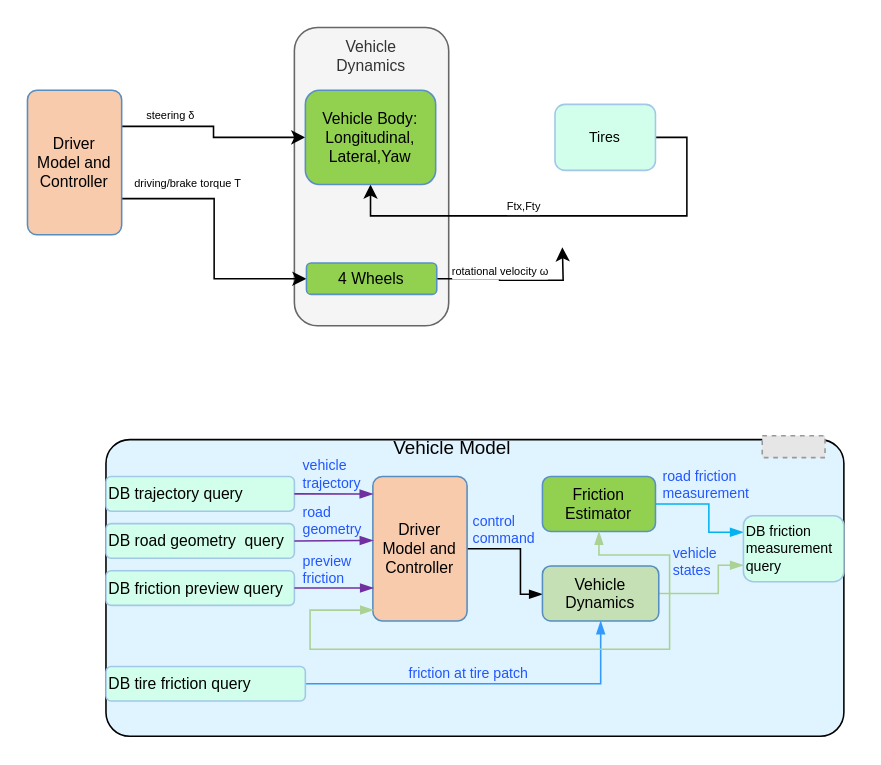
Earlier version of the draw.io diagram vehicle dynamics.drawio (LimingGao/draw_io). Source tidied: cells renumbered, new cells numbered last; positions are measured from the earlier drawing's top-left corner, leaving out a move shared by most shapes. Both pictures are drawn from the tidied source at 157%, with x=0, y=0 at pixel (27, 27). Pictures stored in the file or linked from it are replaced by grey dashed boxes.
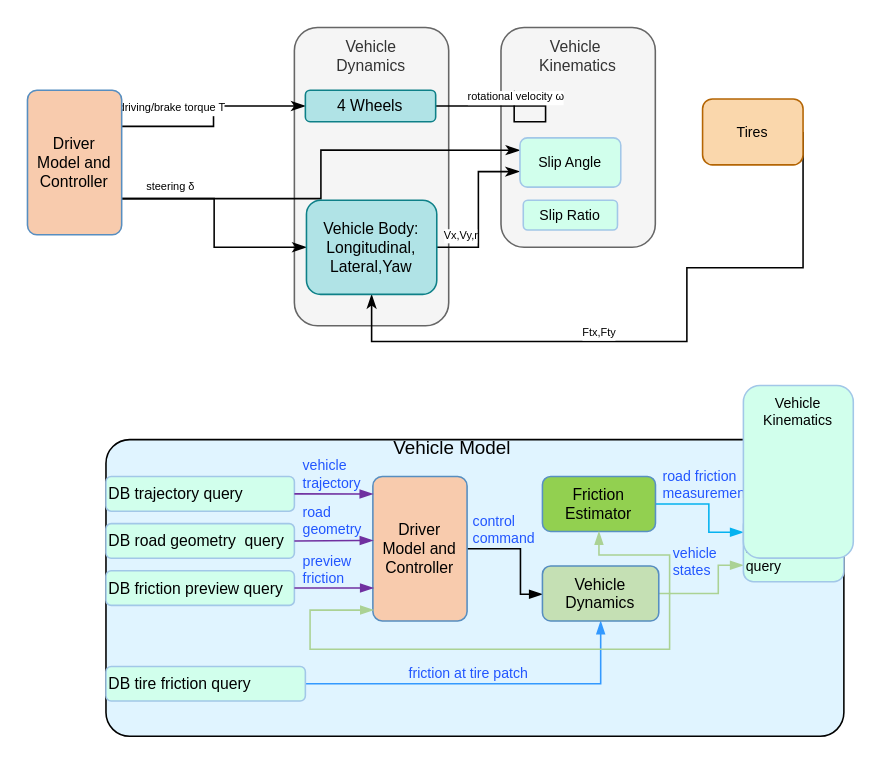
After the change.

The change refers to these unchanged cells:
```xml
<mxCell id="34" value="Driver &#10;Model and &#10;Controller" style="rounded=1;align=center;verticalAlign=middle;fontSize=10;fontStyle=0;fillColor=#F8CBAD;strokeColor=#578EC0;arcSize=10;" parent="1" vertex="1">
  <mxGeometry y="40" width="60" height="92" as="geometry" />
</mxCell>
```

What changed in the source:
```diff
@@
+    <mxCell id="43" value="Vehicle &#10;Kinematics" style="rounded=1;align=center;verticalAlign=top;fontSize=10;fontStyle=0;strokeColor=#666666;fillColor=#f5f5f5;fontColor=#333333;glass=0;" parent="1" vertex="1">
+      <mxGeometry x="301.6" width="98.3" height="140" as="geometry" />
+    </mxCell>
@@
-    <mxCell id="30" style="edgeStyle=orthogonalEdgeStyle;rounded=0;jettySize=auto;html=1;exitX=1;exitY=0.75;exitDx=0;exitDy=0;entryX=0;entryY=0.5;entryDx=0;entryDy=0;" parent="1" edge="1" source="34" target="37">
+    <mxCell id="30" style="edgeStyle=orthogonalEdgeStyle;rounded=0;jettySize=auto;html=1;entryX=0;entryY=0.5;entryDx=0;entryDy=0;exitX=1;exitY=0.25;exitDx=0;exitDy=0;endArrow=classicThin;endFill=1;" parent="1" edge="1" source="34" target="37">
       <mxGeometry relative="1" as="geometry" />
     </mxCell>
@@
-    <mxCell id="32" style="edgeStyle=orthogonalEdgeStyle;rounded=0;jettySize=auto;html=1;exitX=1;exitY=0.25;exitDx=0;exitDy=0;fontSize=7;" parent="1" edge="1" source="34" target="42">
+    <mxCell id="32" style="edgeStyle=orthogonalEdgeStyle;rounded=0;jettySize=auto;html=1;exitX=1;exitY=0.75;exitDx=0;exitDy=0;fontSize=7;endArrow=classicThin;endFill=1;" parent="1" edge="1" source="34" target="42">
       <mxGeometry relative="1" as="geometry" />
     </mxCell>
     <mxCell id="33" value="steering δ" style="edgeLabel;html=1;align=center;verticalAlign=middle;fontSize=7;" parent="32" vertex="1">
       <mxGeometry x="-0.2" y="1" relative="1" as="geometry">
-        <mxPoint x="-19.8" y="-6" as="offset" />
+        <mxPoint x="-29.9" y="-8.1" as="offset" />
       </mxGeometry>
     </mxCell>
+    <mxCell id="44" style="edgeStyle=orthogonalEdgeStyle;rounded=0;jettySize=auto;html=1;exitX=1;exitY=0.75;exitDx=0;exitDy=0;entryX=0;entryY=0.25;entryDx=0;entryDy=0;fontSize=7;endArrow=classicThin;endFill=1;" parent="1" edge="1" source="34" target="47">
+      <mxGeometry relative="1" as="geometry" />
+    </mxCell>
@@
     <mxCell id="35" style="edgeStyle=orthogonalEdgeStyle;rounded=0;jettySize=auto;html=1;fontSize=7;" parent="1" edge="1" source="37">
       <mxGeometry relative="1" as="geometry">
-        <mxPoint x="340.7" y="140" as="targetPoint" />
+        <mxPoint x="310" y="40" as="targetPoint" />
+        <Array as="points">
+          <mxPoint x="330" y="50" />
+          <mxPoint x="330" y="60" />
+          <mxPoint x="310" y="60" />
+        </Array>
       </mxGeometry>
     </mxCell>
@@
-    <mxCell id="37" value="4 Wheels" style="rounded=1;align=center;verticalAlign=middle;fontSize=10;fontStyle=0;fillColor=#92D050;strokeColor=#5890C3;" parent="1" vertex="1">
-      <mxGeometry x="177.7" y="150" width="83" height="20" as="geometry" />
+    <mxCell id="37" value="4 Wheels" style="rounded=1;align=center;verticalAlign=middle;fontSize=10;fontStyle=0;fillColor=#b0e3e6;strokeColor=#0e8088;" parent="1" vertex="1">
+      <mxGeometry x="177" y="40" width="83" height="20" as="geometry" />
     </mxCell>
@@
-    <mxCell id="39" style="edgeStyle=orthogonalEdgeStyle;rounded=0;jettySize=auto;html=1;exitX=1;exitY=0.5;exitDx=0;exitDy=0;fontSize=7;entryX=0.5;entryY=1;entryDx=0;entryDy=0;" parent="1" edge="1" source="41" target="42">
+    <mxCell id="39" style="edgeStyle=orthogonalEdgeStyle;rounded=0;jettySize=auto;html=1;exitX=1;exitY=0.5;exitDx=0;exitDy=0;fontSize=7;entryX=0.5;entryY=1;entryDx=0;entryDy=0;endArrow=classicThin;endFill=1;" parent="1" edge="1" source="41" target="42">
       <mxGeometry relative="1" as="geometry">
         <Array as="points">
-          <mxPoint x="420" y="70" />
-          <mxPoint x="420" y="120" />
-          <mxPoint x="219" y="120" />
+          <mxPoint x="420" y="153" />
+          <mxPoint x="420" y="200" />
+          <mxPoint x="219" y="200" />
         </Array>
       </mxGeometry>
     </mxCell>
@@
-    <mxCell id="41" value="Tires" style="rounded=1;align=center;verticalAlign=middle;fillColor=#D1FFEC;strokeColor=#A2C7E8;fontSize=9;fontStyle=0;" parent="1" vertex="1">
-      <mxGeometry x="336" y="49" width="64" height="42" as="geometry" />
+    <mxCell id="41" value="Tires" style="rounded=1;align=center;verticalAlign=middle;fillColor=#fad7ac;strokeColor=#b46504;fontSize=9;fontStyle=0;" parent="1" vertex="1">
+      <mxGeometry x="430" y="45.5" width="64" height="42" as="geometry" />
     </mxCell>
+    <mxCell id="45" style="edgeStyle=orthogonalEdgeStyle;rounded=0;jettySize=auto;html=1;fontSize=7;entryX=-0.003;entryY=0.685;entryDx=0;entryDy=0;entryPerimeter=0;endArrow=classicThin;endFill=1;" parent="1" edge="1" source="42" target="47">
+      <mxGeometry relative="1" as="geometry" />
+    </mxCell>
+    <mxCell id="46" value="Vx,Vy,r" style="edgeLabel;html=1;align=center;verticalAlign=middle;fontSize=7;" parent="45" vertex="1">
+      <mxGeometry x="-0.62" relative="1" as="geometry">
+        <mxPoint x="-4.7" y="-8" as="offset" />
+      </mxGeometry>
+    </mxCell>
-    <mxCell id="42" value="Vehicle Body:&#10;Longitudinal,&#10;Lateral,Yaw" style="rounded=1;align=center;verticalAlign=middle;fontSize=10;fontStyle=0;fillColor=#92D050;strokeColor=#5890C3;" parent="1" vertex="1">
-      <mxGeometry x="177" y="40" width="83" height="60" as="geometry" />
+    <mxCell id="42" value="Vehicle Body:&#10;Longitudinal,&#10;Lateral,Yaw" style="rounded=1;align=center;verticalAlign=middle;fontSize=10;fontStyle=0;fillColor=#b0e3e6;strokeColor=#0e8088;" parent="1" vertex="1">
+      <mxGeometry x="177.7" y="110" width="83" height="60" as="geometry" />
     </mxCell>
+    <mxCell id="47" value="Slip Angle" style="rounded=1;align=center;verticalAlign=middle;fillColor=#D1FFEC;strokeColor=#A2C7E8;fontSize=9;fontStyle=0;" parent="1" vertex="1">
+      <mxGeometry x="313.7" y="70.3" width="64.2" height="31.4" as="geometry" />
+    </mxCell>
+    <mxCell id="48" value="Vehicle &#10;Kinematics" style="rounded=1;align=center;verticalAlign=top;fillColor=#D1FFEC;strokeColor=#A2C7E8;fontSize=9;fontStyle=0;" parent="1" vertex="1">
+      <mxGeometry x="456" y="228" width="70" height="110" as="geometry" />
+    </mxCell>
+    <mxCell id="49" value="Slip Ratio" style="rounded=1;align=center;verticalAlign=middle;fillColor=#D1FFEC;strokeColor=#A2C7E8;fontSize=9;fontStyle=0;" parent="1" vertex="1">
+      <mxGeometry x="315.8" y="110" width="60" height="19" as="geometry" />
+    </mxCell>
```
